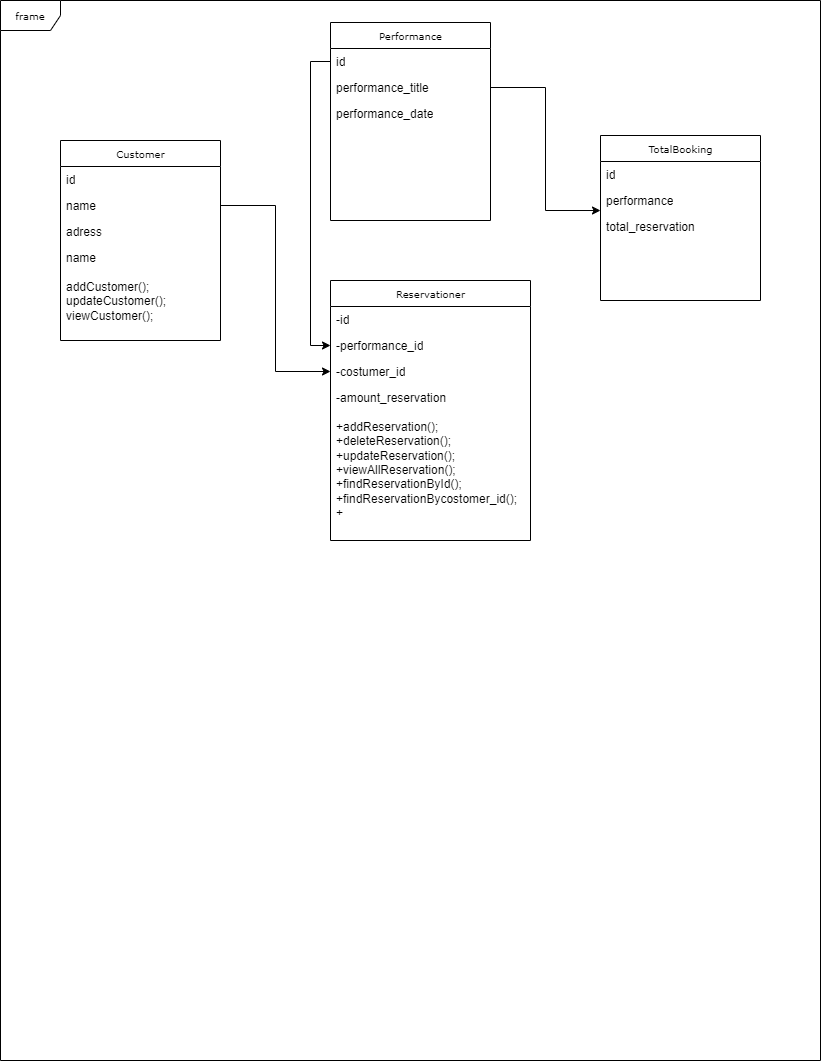
This is Untitled Diagram.drawio.png from Mahnaz-karimi/Reserveration, a draw.io export, as it was before one commit. Source tidied: cells renumbered, new cells last; positions are measured from the earlier drawing's top-left corner, leaving out a move shared by most shapes.
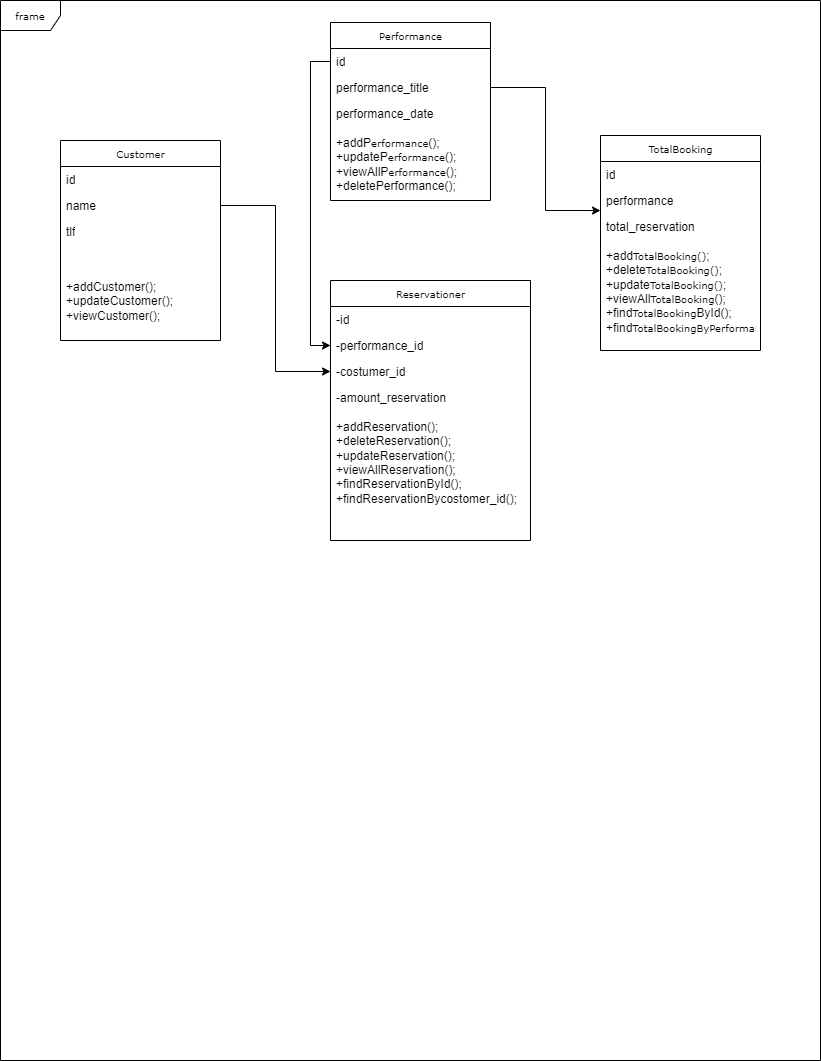
Above is the later version.

What changed in the source:
```diff
@@ -17,11 +17,11 @@
     <mxCell id="6" value="-costumer_id" style="text;html=1;strokeColor=none;fillColor=none;align=left;verticalAlign=top;spacingLeft=4;spacingRight=4;whiteSpace=wrap;overflow=hidden;points=[[0,0.5],[1,0.5]];portConstraint=eastwest;" parent="3" vertex="1">
       <mxGeometry y="78" width="200" height="26" as="geometry" />
     </mxCell>
-    <mxCell id="7" value="-amount_reservation&lt;br&gt;&lt;br&gt;+addReservation();&lt;br&gt;+deleteReservation();&lt;br&gt;+updateReservation();&lt;br&gt;+viewAllReservation();&lt;br&gt;+findReservationById();&lt;br&gt;+findReservationBycostomer_id();&lt;br&gt;+" style="text;html=1;strokeColor=none;fillColor=none;align=left;verticalAlign=top;spacingLeft=4;spacingRight=4;whiteSpace=wrap;overflow=hidden;" parent="3" vertex="1">
+    <mxCell id="7" value="-amount_reservation&lt;br&gt;&lt;br&gt;+addReservation();&lt;br&gt;+deleteReservation();&lt;br&gt;+updateReservation();&lt;br&gt;+viewAllReservation();&lt;br&gt;+findReservationById();&lt;br&gt;+findReservationBycostomer_id();&lt;br&gt;" style="text;html=1;strokeColor=none;fillColor=none;align=left;verticalAlign=top;spacingLeft=4;spacingRight=4;whiteSpace=wrap;overflow=hidden;" parent="3" vertex="1">
       <mxGeometry y="104" width="200" height="156" as="geometry" />
     </mxCell>
     <mxCell id="8" value="Performance" style="swimlane;html=1;fontStyle=0;horizontal=1;startSize=26;fillColor=none;swimlaneFillColor=#ffffff;rounded=0;shadow=0;comic=0;labelBackgroundColor=none;strokeWidth=1;fontFamily=Verdana;fontSize=10;align=center;" parent="1" vertex="1">
-      <mxGeometry x="330" y="22" width="160" height="198" as="geometry" />
+      <mxGeometry x="330" y="22" width="160" height="178" as="geometry" />
     </mxCell>
     <mxCell id="9" value="id" style="text;html=1;strokeColor=none;fillColor=none;align=left;verticalAlign=top;spacingLeft=4;spacingRight=4;whiteSpace=wrap;overflow=hidden;points=[[0,0.5],[1,0.5]];portConstraint=eastwest;" parent="8" vertex="1">
       <mxGeometry y="26" width="160" height="26" as="geometry" />
@@ -29,11 +29,11 @@
     <mxCell id="10" value="performance_title" style="text;html=1;strokeColor=none;fillColor=none;align=left;verticalAlign=top;spacingLeft=4;spacingRight=4;whiteSpace=wrap;overflow=hidden;points=[[0,0.5],[1,0.5]];portConstraint=eastwest;" parent="8" vertex="1">
       <mxGeometry y="52" width="160" height="26" as="geometry" />
     </mxCell>
-    <mxCell id="11" value="performance_date" style="text;html=1;strokeColor=none;fillColor=none;align=left;verticalAlign=top;spacingLeft=4;spacingRight=4;whiteSpace=wrap;overflow=hidden;" parent="8" vertex="1">
-      <mxGeometry y="78" width="160" height="26" as="geometry" />
+    <mxCell id="11" value="performance_date&lt;br&gt;&lt;br&gt;+addP&lt;span style=&quot;font-family: Verdana; font-size: 10px; text-align: center;&quot;&gt;erformance&lt;/span&gt;();&lt;br&gt;+updateP&lt;span style=&quot;font-family: Verdana; font-size: 10px; text-align: center;&quot;&gt;erformance&lt;/span&gt;();&lt;br&gt;+viewAllP&lt;span style=&quot;font-family: Verdana; font-size: 10px; text-align: center;&quot;&gt;erformance&lt;/span&gt;();&lt;br&gt;+deletePerformance();" style="text;html=1;strokeColor=none;fillColor=none;align=left;verticalAlign=top;spacingLeft=4;spacingRight=4;whiteSpace=wrap;overflow=hidden;" parent="8" vertex="1">
+      <mxGeometry y="78" width="160" height="92" as="geometry" />
     </mxCell>
     <mxCell id="12" value="TotalBooking" style="swimlane;html=1;fontStyle=0;horizontal=1;startSize=26;fillColor=none;swimlaneFillColor=#ffffff;rounded=0;shadow=0;comic=0;labelBackgroundColor=none;strokeWidth=1;fontFamily=Verdana;fontSize=10;align=center;" parent="1" vertex="1">
-      <mxGeometry x="600" y="135" width="160" height="165" as="geometry" />
+      <mxGeometry x="600" y="135" width="160" height="215" as="geometry" />
     </mxCell>
     <mxCell id="13" value="id" style="text;html=1;strokeColor=none;fillColor=none;align=left;verticalAlign=top;spacingLeft=4;spacingRight=4;whiteSpace=wrap;overflow=hidden;" parent="12" vertex="1">
       <mxGeometry y="26" width="160" height="26" as="geometry" />
@@ -41,8 +41,8 @@
     <mxCell id="14" value="performance" style="text;html=1;strokeColor=none;fillColor=none;align=left;verticalAlign=top;spacingLeft=4;spacingRight=4;whiteSpace=wrap;overflow=hidden;points=[[0,0.5],[1,0.5]];portConstraint=eastwest;" parent="12" vertex="1">
       <mxGeometry y="52" width="160" height="26" as="geometry" />
     </mxCell>
-    <mxCell id="15" value="total_reservation" style="text;html=1;strokeColor=none;fillColor=none;align=left;verticalAlign=top;spacingLeft=4;spacingRight=4;whiteSpace=wrap;overflow=hidden;" parent="12" vertex="1">
-      <mxGeometry y="78" width="160" height="26" as="geometry" />
+    <mxCell id="15" value="total_reservation&lt;br&gt;&lt;br&gt;+add&lt;span style=&quot;font-family: Verdana; font-size: 10px; text-align: center;&quot;&gt;TotalBooking()&lt;/span&gt;;&lt;br&gt;+delete&lt;span style=&quot;font-family: Verdana; font-size: 10px; text-align: center;&quot;&gt;TotalBooking()&lt;/span&gt;;&lt;br&gt;+update&lt;span style=&quot;font-family: Verdana; font-size: 10px; text-align: center;&quot;&gt;TotalBooking()&lt;/span&gt;;&lt;br&gt;+viewAll&lt;span style=&quot;font-family: Verdana; font-size: 10px; text-align: center;&quot;&gt;TotalBooking&lt;/span&gt;();&lt;br&gt;+find&lt;span style=&quot;font-family: Verdana; font-size: 10px; text-align: center;&quot;&gt;TotalBooking&lt;/span&gt;ById();&lt;br&gt;+find&lt;span style=&quot;font-family: Verdana; font-size: 10px; text-align: center;&quot;&gt;TotalBookingByPerformance()&lt;/span&gt;;" style="text;html=1;strokeColor=none;fillColor=none;align=left;verticalAlign=top;spacingLeft=4;spacingRight=4;whiteSpace=wrap;overflow=hidden;" parent="12" vertex="1">
+      <mxGeometry y="78" width="160" height="120" as="geometry" />
     </mxCell>
     <mxCell id="16" value="Customer" style="swimlane;html=1;fontStyle=0;horizontal=1;startSize=26;fillColor=none;swimlaneFillColor=#ffffff;rounded=0;shadow=0;comic=0;labelBackgroundColor=none;strokeWidth=1;fontFamily=Verdana;fontSize=10;align=center;" parent="1" vertex="1">
       <mxGeometry x="60" y="140" width="160" height="200" as="geometry" />
@@ -53,10 +53,10 @@
     <mxCell id="18" value="name" style="text;html=1;strokeColor=none;fillColor=none;align=left;verticalAlign=top;spacingLeft=4;spacingRight=4;whiteSpace=wrap;overflow=hidden;points=[[0,0.5],[1,0.5]];portConstraint=eastwest;" parent="16" vertex="1">
       <mxGeometry y="52" width="160" height="26" as="geometry" />
     </mxCell>
-    <mxCell id="19" value="adress" style="text;html=1;strokeColor=none;fillColor=none;align=left;verticalAlign=top;spacingLeft=4;spacingRight=4;whiteSpace=wrap;overflow=hidden;" parent="16" vertex="1">
+    <mxCell id="19" value="tlf" style="text;html=1;strokeColor=none;fillColor=none;align=left;verticalAlign=top;spacingLeft=4;spacingRight=4;whiteSpace=wrap;overflow=hidden;" parent="16" vertex="1">
       <mxGeometry y="78" width="160" height="26" as="geometry" />
     </mxCell>
-    <mxCell id="20" value="name&lt;br&gt;&lt;br&gt;addCustomer();&lt;br&gt;updateCustomer();&lt;br&gt;viewCustomer();" style="text;html=1;strokeColor=none;fillColor=none;align=left;verticalAlign=top;spacingLeft=4;spacingRight=4;whiteSpace=wrap;overflow=hidden;" parent="16" vertex="1">
+    <mxCell id="20" value="&lt;br&gt;&lt;br&gt;+addCustomer();&lt;br&gt;+updateCustomer();&lt;br&gt;+viewCustomer();" style="text;html=1;strokeColor=none;fillColor=none;align=left;verticalAlign=top;spacingLeft=4;spacingRight=4;whiteSpace=wrap;overflow=hidden;" parent="16" vertex="1">
       <mxGeometry y="104" width="160" height="96" as="geometry" />
     </mxCell>
     <mxCell id="21" style="edgeStyle=orthogonalEdgeStyle;rounded=0;jettySize=auto;html=1;entryX=0;entryY=0.5;entryDx=0;entryDy=0;" parent="1" edge="1" source="18" target="6">
```
